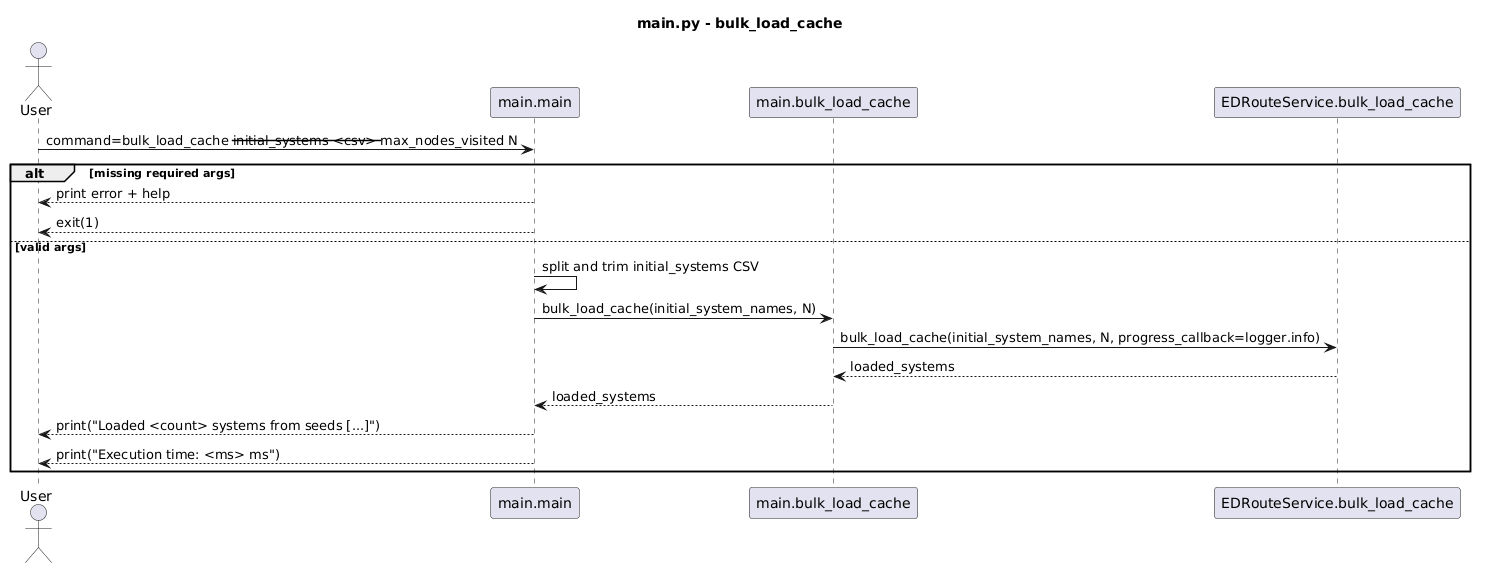
fazleskhan/elite_dangerous_discord_tools keeps this PlantUML diagram as docs/main_sequences/main_bulk_load_cache.png. Above is the earlier version.
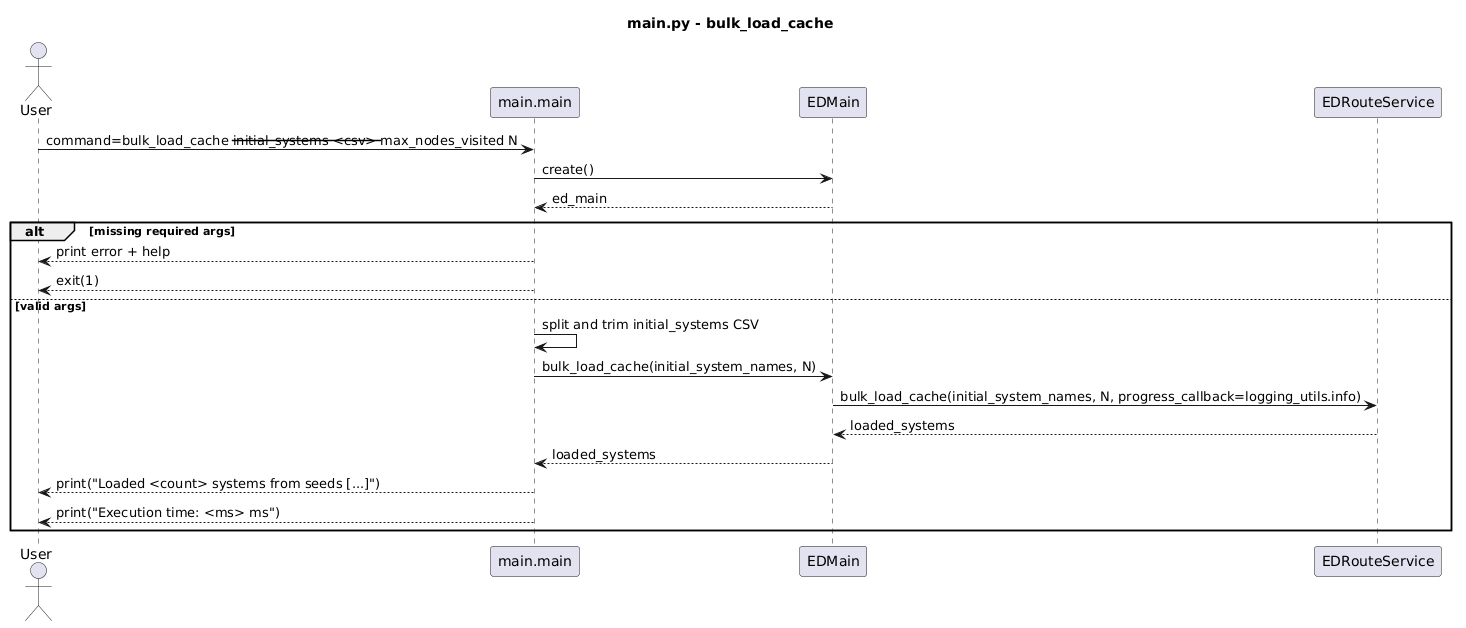
Above is the later version.

The edit, as a diff of the source:
```diff
@@ -3,19 +3,22 @@
 
 actor User
 participant "main.main" as Main
-participant "main.bulk_load_cache" as Bulk
-participant "EDRouteService.bulk_load_cache" as Route
+participant "EDMain" as EDMain
+participant "EDRouteService" as Route
 
 User -> Main : command=bulk_load_cache --initial_systems <csv> --max_nodes_visited N
+Main -> EDMain : create()
+EDMain --> Main : ed_main
+
 alt missing required args
   Main --> User : print error + help
   Main --> User : exit(1)
 else valid args
   Main -> Main : split and trim initial_systems CSV
-  Main -> Bulk : bulk_load_cache(initial_system_names, N)
-  Bulk -> Route : bulk_load_cache(initial_system_names, N, progress_callback=logger.info)
-  Route --> Bulk : loaded_systems
-  Bulk --> Main : loaded_systems
+  Main -> EDMain : bulk_load_cache(initial_system_names, N)
+  EDMain -> Route : bulk_load_cache(initial_system_names, N, progress_callback=logging_utils.info)
+  Route --> EDMain : loaded_systems
+  EDMain --> Main : loaded_systems
   Main --> User : print("Loaded <count> systems from seeds [...]")
   Main --> User : print("Execution time: <ms> ms")
 end
```
